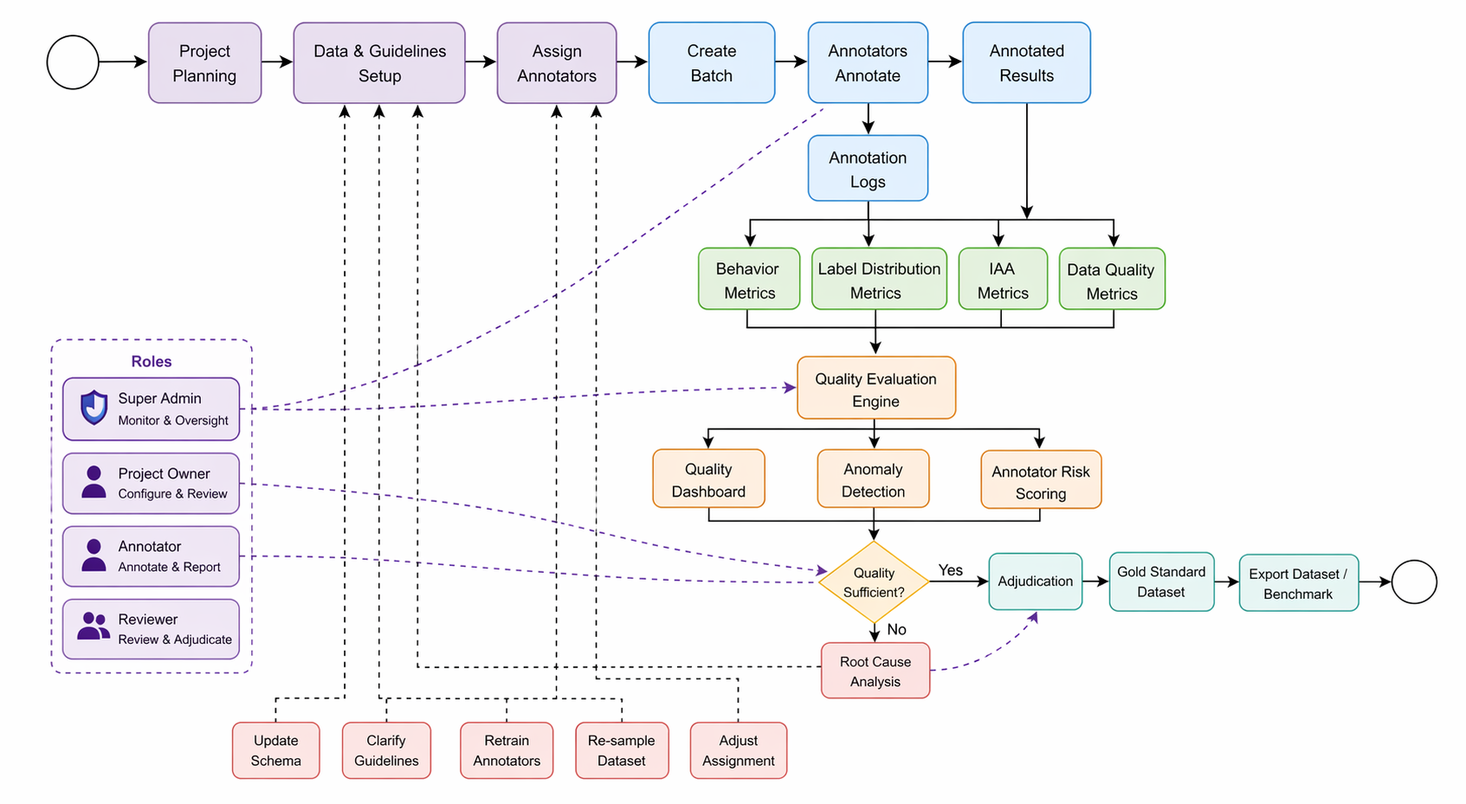
singyichen/label-suite keeps this Mermaid diagram as docs/diagrams/workflow/annotation-pipeline.png. Above is the earlier version. Its source is kept beside it as docs/diagrams/workflow/annotation-pipeline.mmd.
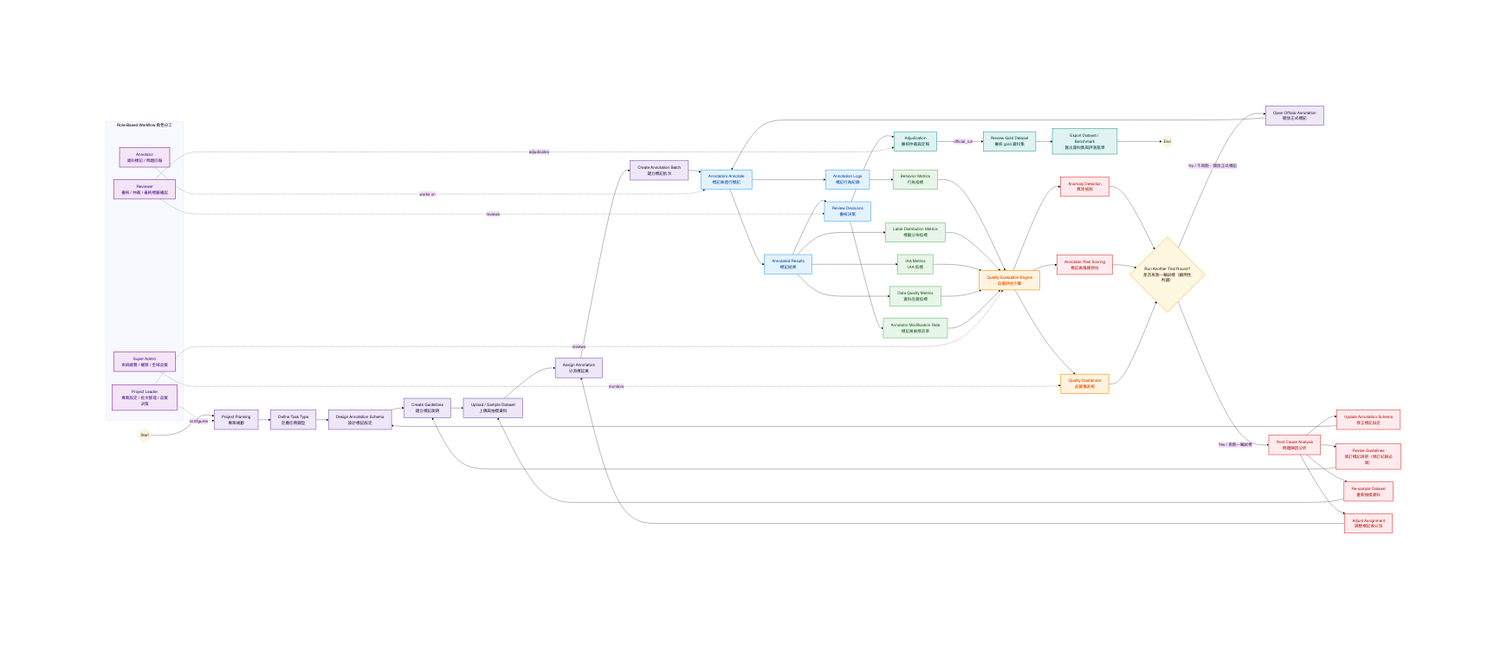
The same diagram one commit later.

Commit message:
docs(diagrams): decouple adjudication from the advisory quality decision

Change to the diagram source:
```diff
@@ -12,6 +12,7 @@
   A1  --> A2[Annotation Logs<br/>標記行為紀錄]
   A1  --> A3[Annotated Results<br/>標記結果]
   A3  --> RD[Review Decisions<br/>審核決策]
+  RD  --> AJ[Adjudication<br/>審核仲裁與定稿]
 
   A2 --> M1[Behavior Metrics<br/>行為指標]
   A3 --> M2[Label Distribution Metrics<br/>標籤分佈指標]
@@ -29,16 +30,17 @@
   QE --> AD[Anomaly Detection<br/>異常偵測]
   QE --> RISK[Annotator Risk Scoring<br/>標記員風險評估]
 
-  AD   --> QD{Quality Sufficient?<br/>品質是否達標（顧問性）}
+  AD   --> QD{Run Another Trial Round?<br/>是否再跑一輪試標（顧問性判讀）}
   RISK --> QD
   D1   --> QD
 
-  QD -- Yes / 達標 --> AJ[Adjudication<br/>仲裁]
-  AJ   --> GOLD[Review Gold Dataset<br/>審核 gold 資料集]
+  QD -- No / 不再跑，開放正式標記 --> OFF[Open Official Annotation<br/>開放正式標記]
+  OFF  --> A1
+  AJ   -- official_run --> GOLD[Review Gold Dataset<br/>審核 gold 資料集]
   GOLD --> EXPORT[Export Dataset / Benchmark<br/>匯出資料集與評測基準]
   EXPORT --> End((End))
 
-  QD -- No / 未達標（不阻擋，人工決定是否再跑一輪） --> FB[Root Cause Analysis<br/>問題歸因分析]
+  QD -- Yes / 再跑一輪試標 --> FB[Root Cause Analysis<br/>問題歸因分析]
   FB --> F1[Update Annotation Schema<br/>修正標記設定]
   FB --> F2[Revise Guidelines<br/>修訂標記說明（修訂紀錄必填）]
   FB --> F4[Re-sample Dataset<br/>重新抽樣資料]
@@ -78,5 +80,6 @@
   class QE,D1 quality;
   class AD,RISK,FB,F1,F2,F4,F5 alert;
   class AJ,GOLD,EXPORT output;
+  class OFF planning;
   class SA,PO,AN,RV role;
   class QD decision;
```
